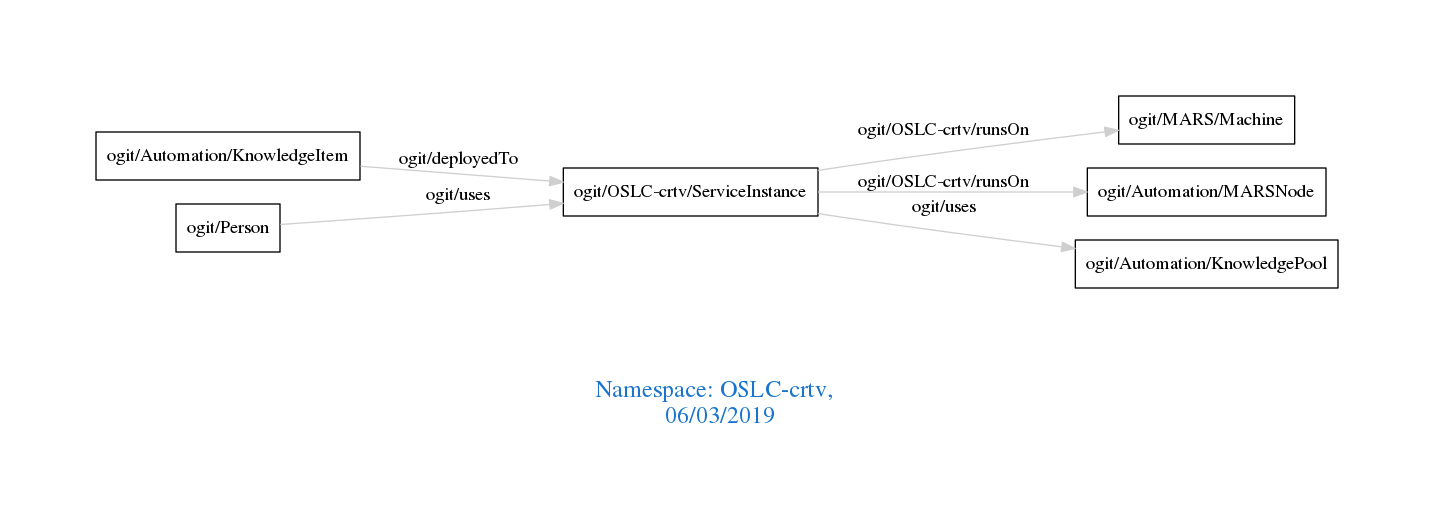
This is downloads/OSLC-crtv.png from arago/OGIT, a Graphviz export, as it was before one commit. Its source is kept beside it as downloads/OSLC-crtv.dot.
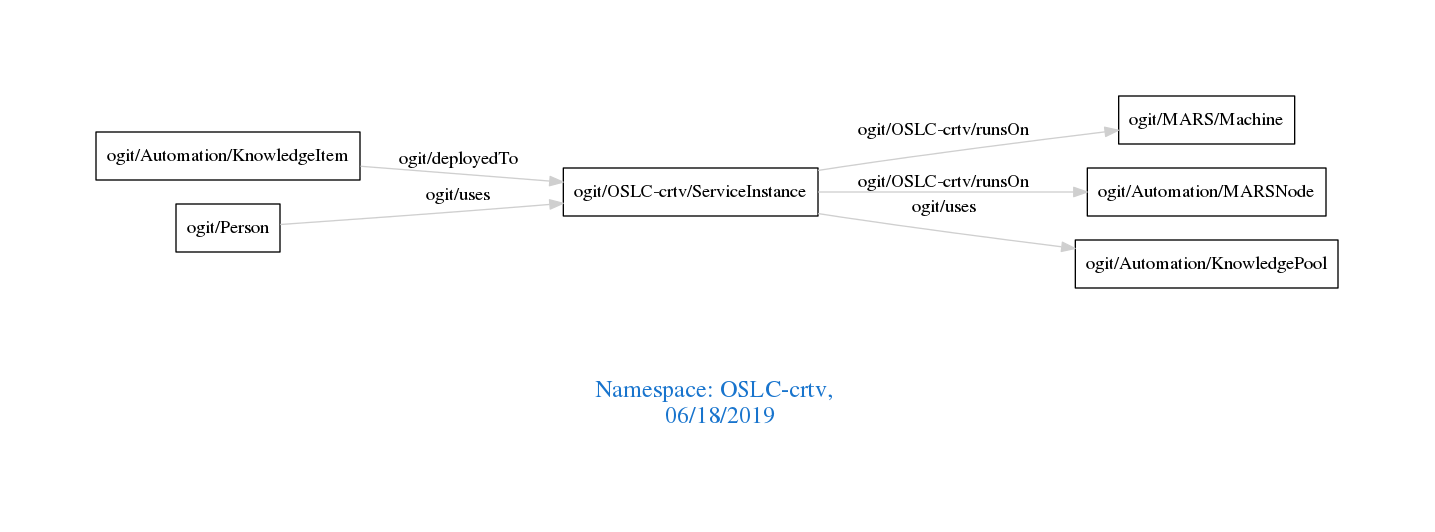
After the change.

Change to the diagram source:
```diff
@@ -1,7 +1,7 @@
 digraph OGIT_ontology {
  graph [ rankdir= LR,pad=1
 fontsize = 18,
-fontcolor= dodgerblue3,label = "\n\n\nNamespace: OSLC-crtv, \n 06/03/2019"];
+fontcolor= dodgerblue3,label = "\n\n\nNamespace: OSLC-crtv, \n 06/18/2019"];
 node[shape=polygon];
 edge [  color="gray81"];
 
```
